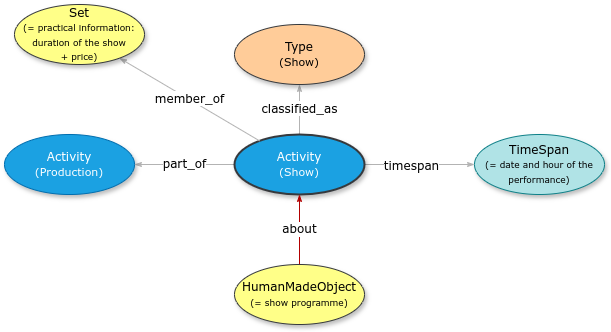
This is Figures-Cookbook/C.drawio.png from stage-to-data/linked-art-pa, a draw.io export, as it was before one commit. Source tidied: cells renumbered, new cells last; positions are measured from the earlier drawing's top-left corner, leaving out a move shared by most shapes.
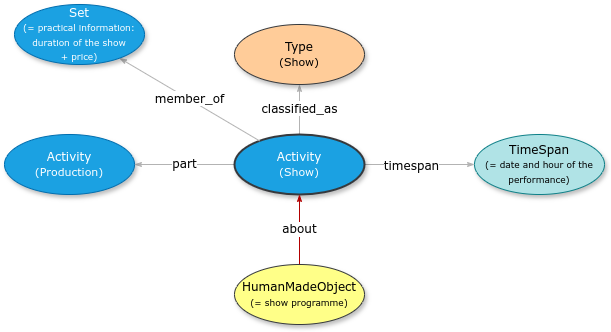
Later version of the same file.

The edit, as a diff of the source:
```diff
@@ -8,7 +8,7 @@
     <mxCell id="3" value="&lt;font face=&quot;Verdana&quot; style=&quot;font-size: 12px; background-color: rgb(255, 255, 255);&quot;&gt;timespan&lt;/font&gt;" style="edgeLabel;html=1;align=center;verticalAlign=middle;" parent="2" vertex="1">
       <mxGeometry x="-0.16" y="-1" relative="1" as="geometry" />
     </mxCell>
-    <mxCell id="4" value="&lt;span style=&quot;background-color: rgb(255, 255, 255);&quot;&gt;part_of&lt;/span&gt;" style="edgeStyle=none;rounded=1;html=1;labelBackgroundColor=none;startArrow=none;startFill=0;startSize=5;endArrow=classicThin;endFill=1;endSize=5;jettySize=auto;strokeColor=#B3B3B3;strokeWidth=1;fontFamily=Verdana;fontSize=12;" parent="1" edge="1" source="6" target="9">
+    <mxCell id="4" value="&lt;span style=&quot;background-color: rgb(255, 255, 255);&quot;&gt;part&lt;/span&gt;" style="edgeStyle=none;rounded=1;html=1;labelBackgroundColor=none;startArrow=none;startFill=0;startSize=5;endArrow=classicThin;endFill=1;endSize=5;jettySize=auto;strokeColor=#B3B3B3;strokeWidth=1;fontFamily=Verdana;fontSize=12;" parent="1" edge="1" source="6" target="9">
       <mxGeometry relative="1" as="geometry" />
     </mxCell>
     <mxCell id="5" value="&lt;span style=&quot;background-color: rgb(255, 255, 255);&quot;&gt;classified_as&lt;/span&gt;" style="edgeStyle=none;rounded=1;html=1;labelBackgroundColor=none;startArrow=none;startFill=0;startSize=5;endArrow=classicThin;endFill=1;endSize=5;jettySize=auto;strokeColor=#B3B3B3;strokeWidth=1;fontFamily=Verdana;fontSize=12;" parent="1" edge="1" source="6" target="8">
@@ -29,7 +29,7 @@
     <mxCell id="10" value="&lt;span style=&quot;background-color: rgb(255, 255, 255);&quot;&gt;member_of&lt;/span&gt;" style="edgeStyle=none;rounded=1;html=1;labelBackgroundColor=none;startArrow=none;startFill=0;startSize=5;endArrow=classicThin;endFill=1;endSize=5;jettySize=auto;strokeColor=#B3B3B3;strokeWidth=1;fontFamily=Verdana;fontSize=12;" parent="1" edge="1" source="6" target="11">
       <mxGeometry relative="1" as="geometry" />
     </mxCell>
-    <mxCell id="11" value="&lt;span style=&quot;color: rgb(0, 0, 0);&quot;&gt;Set&lt;/span&gt;&lt;div style=&quot;color: rgb(0, 0, 0);&quot;&gt;&lt;font style=&quot;font-size: 9px;&quot;&gt;(= practical information: duration of the show&lt;/font&gt;&lt;/div&gt;&lt;div style=&quot;color: rgb(0, 0, 0);&quot;&gt;&lt;font style=&quot;font-size: 9px;&quot;&gt;+ price)&lt;/font&gt;&lt;/div&gt;" style="ellipse;whiteSpace=wrap;html=1;rounded=0;shadow=1;comic=0;labelBackgroundColor=none;strokeWidth=1;fontFamily=Verdana;fontSize=12;align=center;rotation=0;fillColor=#ffff88;strokeColor=#36393d;" parent="1" vertex="1">
+    <mxCell id="11" value="&lt;span style=&quot;&quot;&gt;Set&lt;/span&gt;&lt;div style=&quot;&quot;&gt;&lt;font style=&quot;font-size: 9px;&quot;&gt;(= practical information: duration of the show&lt;/font&gt;&lt;/div&gt;&lt;div style=&quot;&quot;&gt;&lt;font style=&quot;font-size: 9px;&quot;&gt;+ price)&lt;/font&gt;&lt;/div&gt;" style="ellipse;whiteSpace=wrap;html=1;rounded=0;shadow=1;comic=0;labelBackgroundColor=none;strokeWidth=1;fontFamily=Verdana;fontSize=12;align=center;rotation=0;fillColor=#1ba1e2;strokeColor=#006EAF;fontColor=#FFFFFF;" parent="1" vertex="1">
       <mxGeometry x="10" width="130" height="60" as="geometry" />
     </mxCell>
     <mxCell id="12" value="about" style="edgeStyle=none;rounded=1;html=1;labelBackgroundColor=#FFFFFF;startArrow=none;startFill=0;startSize=5;endArrow=classicThin;endFill=1;endSize=5;jettySize=auto;strokeColor=#B20000;strokeWidth=1;fontFamily=Verdana;fontSize=12;fillColor=#e51400;" parent="1" edge="1" source="13" target="6">
```
